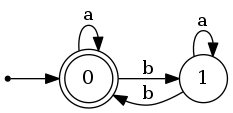
JennyNg943/TheorieLangage keeps this Graphviz diagram as resultat.png. Above is the earlier version. Its source is kept beside it as resultat.gv.
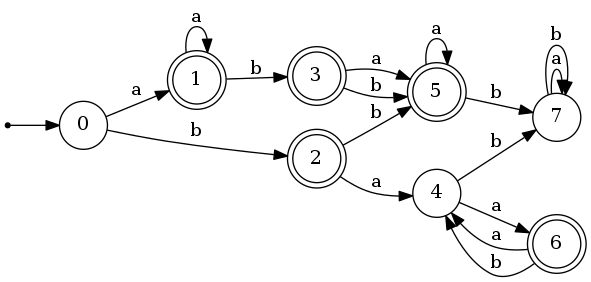
The same diagram one commit later.

The edit, as a diff of the source:
```diff
@@ -2,15 +2,27 @@
 	rankdir=LR;
   	size="10,10"
 
-	node [shape = doublecircle]; 0 ;
+	node [shape = doublecircle]; 1 2 3 5 6 ;
 	node [shape = point ]; q;
 	node [shape = circle];
 
 	q -> 0;
-	0 -> 0 [label = "a"];
-	0 -> 1 [label = "b"];
+	0 -> 1 [label = "a"];
+	0 -> 2 [label = "b"];
 	1 -> 1 [label = "a"];
-	1 -> 0 [label = "b"];
+	1 -> 3 [label = "b"];
+	2 -> 4 [label = "a"];
+	2 -> 5 [label = "b"];
+	3 -> 5 [label = "a"];
+	3 -> 5 [label = "b"];
+	4 -> 6 [label = "a"];
+	4 -> 7 [label = "b"];
+	5 -> 5 [label = "a"];
+	5 -> 7 [label = "b"];
+	6 -> 4 [label = "a"];
+	6 -> 4 [label = "b"];
+	7 -> 7 [label = "a"];
+	7 -> 7 [label = "b"];
 
 
 }
```
